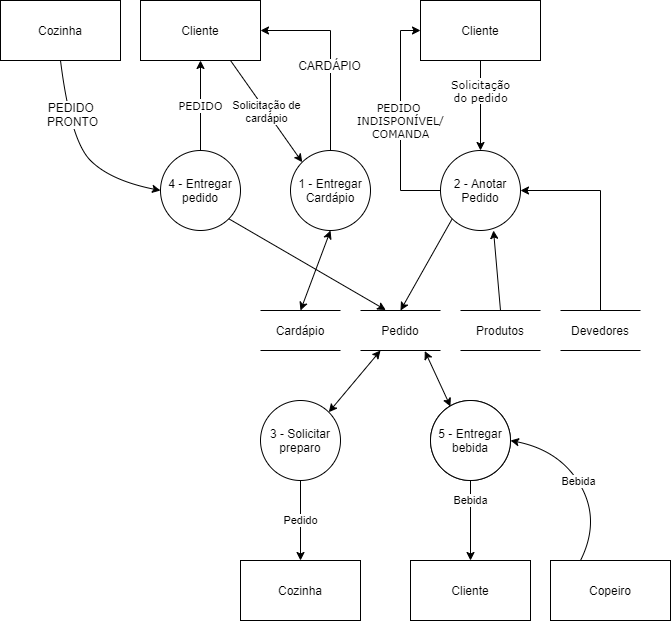
Earlier version of the draw.io export docs/ARTEFATOS(15-23)/ATENDER_CLIENTE/DFD_ATENDER_CLIENTE.png (Darienzo08/ope_ads). Source tidied: cells renumbered, new cells last; positions are measured from the earlier drawing's top-left corner, leaving out a move shared by most shapes.
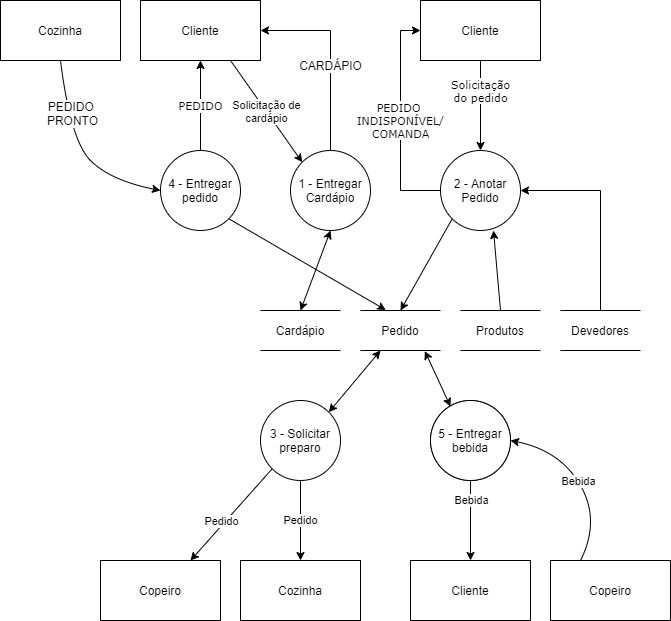
The same file after the commit.

The edit, as a diff of the source:
```diff
@@ -147,5 +147,16 @@
     <mxCell id="38" value="Bebida" style="edgeLabel;html=1;align=center;verticalAlign=middle;" parent="37" vertex="1">
       <mxGeometry x="0.02" relative="1" as="geometry" />
     </mxCell>
+    <mxCell id="39" value="Copeiro" style="rounded=0;whiteSpace=wrap;html=1;" parent="1" vertex="1">
+      <mxGeometry x="100" y="560" width="120" height="60" as="geometry" />
+    </mxCell>
+    <mxCell id="40" style="endArrow=classic;html=1;exitX=0;exitY=1;exitDx=0;exitDy=0;entryX=0.75;entryY=0;entryDx=0;entryDy=0;" parent="1" edge="1" source="20" target="39">
+      <mxGeometry relative="1" as="geometry" />
+    </mxCell>
+    <mxCell id="41" value="Pedido" style="edgeLabel;html=1;align=center;verticalAlign=middle;" parent="40" vertex="1">
+      <mxGeometry x="0.34" y="-1" relative="1" as="geometry">
+        <mxPoint x="3.6" y="-8.8" as="offset" />
+      </mxGeometry>
+    </mxCell>
   </root>
 </mxGraphModel>
```
